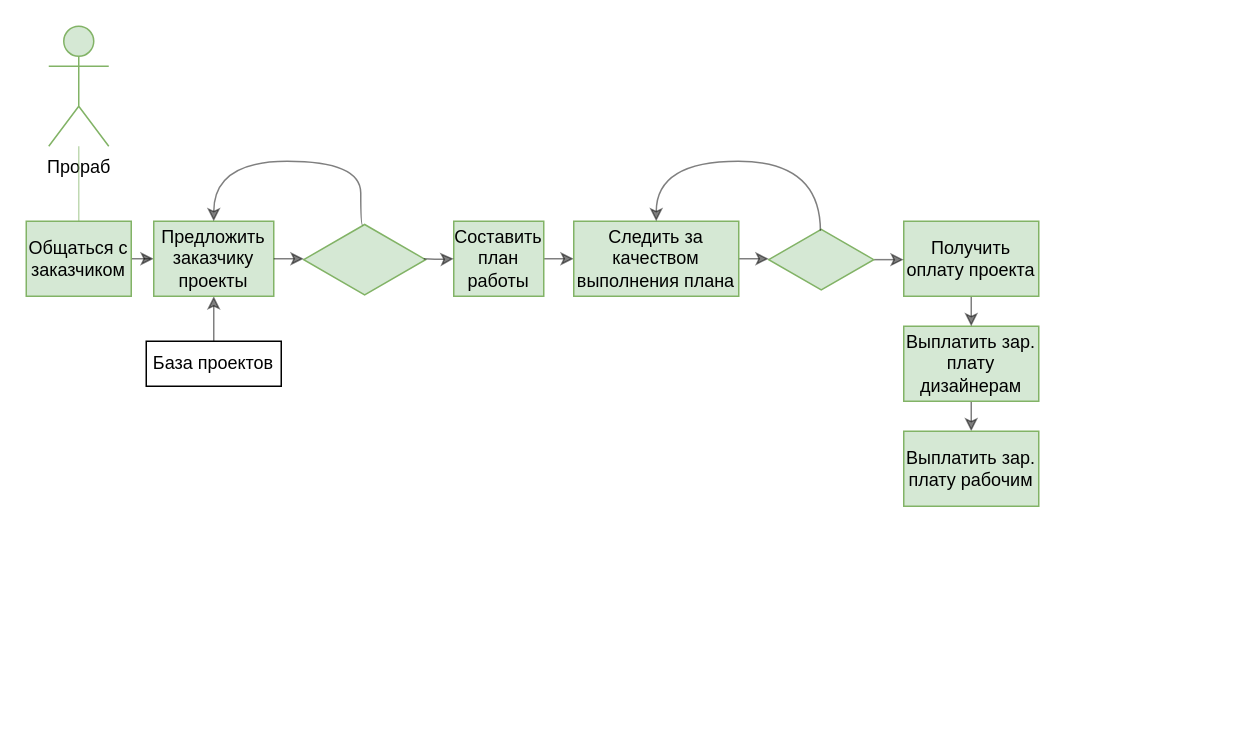
Before: DFDprorab.drawio in LeraMrmr/ZiminaLera, a draw.io diagram. Source tidied: cells renumbered, new cells numbered last; positions are measured from the earlier drawing's top-left corner, leaving out a move shared by most shapes. Both pictures are drawn from the tidied source at 150%, with x=0, y=0 at pixel (26, 26).
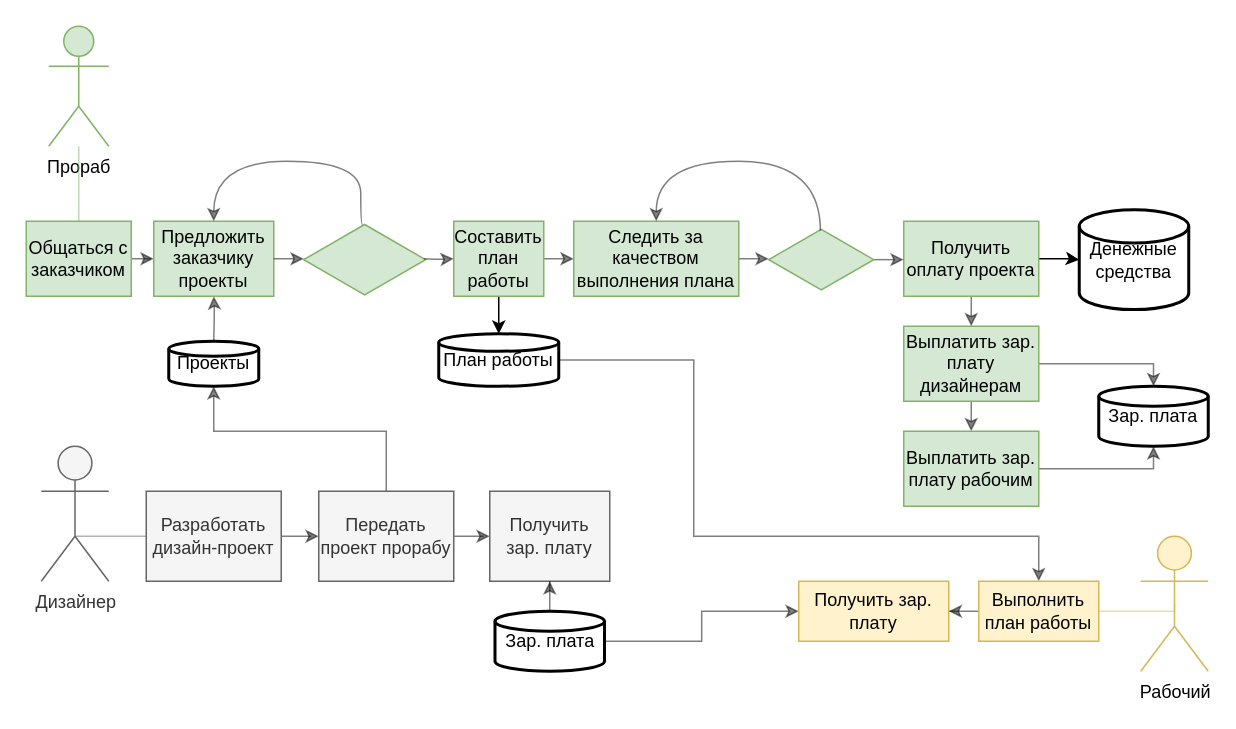
Above is the later version.

The change refers to these unchanged cells:
```xml
<mxCell id="8" value="Предложить заказчику проекты" style="rounded=0;whiteSpace=wrap;html=1;fillColor=#d5e8d4;strokeColor=#82b366;" parent="1" vertex="1">
  <mxGeometry x="85" y="130" width="80" height="50" as="geometry" />
</mxCell>
<mxCell id="10" value="Составить план работы" style="rounded=0;whiteSpace=wrap;html=1;fillColor=#d5e8d4;strokeColor=#82b366;" parent="1" vertex="1">
  <mxGeometry x="285" y="130" width="60" height="50" as="geometry" />
</mxCell>
<mxCell id="14" value="Выплатить зар. плату дизайнерам" style="rounded=0;whiteSpace=wrap;html=1;fillColor=#d5e8d4;strokeColor=#82b366;" parent="1" vertex="1">
  <mxGeometry x="585" y="200" width="90" height="50" as="geometry" />
</mxCell>
<mxCell id="15" value="Выплатить зар. плату рабочим" style="rounded=0;whiteSpace=wrap;html=1;fillColor=#d5e8d4;strokeColor=#82b366;" parent="1" vertex="1">
  <mxGeometry x="585" y="270" width="90" height="50" as="geometry" />
</mxCell>
<mxCell id="21" value="Получить оплату проекта" style="rounded=0;whiteSpace=wrap;html=1;fillColor=#d5e8d4;strokeColor=#82b366;" parent="1" vertex="1">
  <mxGeometry x="585" y="130" width="90" height="50" as="geometry" />
</mxCell>
```

What changed in the source:
```diff
@@
-    <mxCell id="6" style="edgeStyle=orthogonalEdgeStyle;curved=1;jettySize=auto;html=1;opacity=50;" parent="1" edge="1" source="7" target="8">
-      <mxGeometry relative="1" as="geometry" />
+    <mxCell id="6" style="edgeStyle=orthogonalEdgeStyle;curved=1;jettySize=auto;html=1;opacity=50;" parent="1" edge="1" target="8">
+      <mxGeometry relative="1" as="geometry">
+        <mxPoint x="125" y="210" as="sourcePoint" />
+      </mxGeometry>
     </mxCell>
-    <mxCell id="7" value="База проектов" style="rounded=0;whiteSpace=wrap;html=1;" parent="1" vertex="1">
-      <mxGeometry x="80" y="210" width="90" height="30" as="geometry" />
-    </mxCell>
@@
+    <mxCell id="25" style="edgeStyle=orthogonalEdgeStyle;rounded=0;jettySize=auto;html=1;" parent="1" edge="1" source="10" target="30">
+      <mxGeometry relative="1" as="geometry" />
+    </mxCell>
@@
+    <mxCell id="26" style="edgeStyle=orthogonalEdgeStyle;rounded=0;jettySize=auto;html=1;entryX=0.5;entryY=0;entryDx=0;entryDy=0;entryPerimeter=0;opacity=50;" parent="1" edge="1" source="14" target="41">
+      <mxGeometry relative="1" as="geometry">
+        <Array as="points">
+          <mxPoint x="752" y="225" />
+        </Array>
+      </mxGeometry>
+    </mxCell>
@@
+    <mxCell id="27" style="edgeStyle=orthogonalEdgeStyle;rounded=0;jettySize=auto;html=1;entryX=0.5;entryY=1;entryDx=0;entryDy=0;entryPerimeter=0;opacity=50;" parent="1" edge="1" source="15" target="41">
+      <mxGeometry relative="1" as="geometry">
+        <Array as="points">
+          <mxPoint x="752" y="295" />
+        </Array>
+      </mxGeometry>
+    </mxCell>
@@
+    <mxCell id="28" style="edgeStyle=orthogonalEdgeStyle;rounded=0;jettySize=auto;html=1;" parent="1" edge="1" source="21" target="32">
+      <mxGeometry relative="1" as="geometry" />
+    </mxCell>
@@
+    <mxCell id="29" style="edgeStyle=orthogonalEdgeStyle;rounded=0;jettySize=auto;html=1;entryX=0.5;entryY=0;entryDx=0;entryDy=0;opacity=50;" parent="1" edge="1" source="30" target="47">
+      <mxGeometry relative="1" as="geometry">
+        <Array as="points">
+          <mxPoint x="445" y="222" />
+          <mxPoint x="445" y="340" />
+          <mxPoint x="675" y="340" />
+        </Array>
+      </mxGeometry>
+    </mxCell>
+    <mxCell id="30" value="План работы" style="strokeWidth=2;html=1;shape=mxgraph.flowchart.database;whiteSpace=wrap;" parent="1" vertex="1">
+      <mxGeometry x="275" y="205" width="80" height="35" as="geometry" />
+    </mxCell>
+    <mxCell id="31" value="Проекты" style="strokeWidth=2;html=1;shape=mxgraph.flowchart.database;whiteSpace=wrap;" parent="1" vertex="1">
+      <mxGeometry x="95" y="210" width="60" height="30" as="geometry" />
+    </mxCell>
+    <mxCell id="32" value="Денежные средства" style="strokeWidth=2;html=1;shape=mxgraph.flowchart.database;whiteSpace=wrap;" parent="1" vertex="1">
+      <mxGeometry x="702" y="122.3" width="73" height="66.6" as="geometry" />
+    </mxCell>
+    <mxCell id="33" value="Дизайнер" style="shape=umlActor;verticalLabelPosition=bottom;verticalAlign=top;html=1;fillColor=#f5f5f5;strokeColor=#666666;fontColor=#333333;" parent="1" vertex="1">
+      <mxGeometry x="10" y="280" width="45" height="90" as="geometry" />
+    </mxCell>
+    <mxCell id="34" style="edgeStyle=orthogonalEdgeStyle;rounded=0;jettySize=auto;html=1;opacity=50;" parent="1" edge="1" source="35" target="39">
+      <mxGeometry relative="1" as="geometry" />
+    </mxCell>
+    <mxCell id="35" value="Разработать дизайн-проект" style="rounded=0;whiteSpace=wrap;html=1;fillColor=#f5f5f5;strokeColor=#666666;fontColor=#333333;" parent="1" vertex="1">
+      <mxGeometry x="80" y="310" width="90" height="60" as="geometry" />
+    </mxCell>
+    <mxCell id="36" style="endArrow=none;html=1;rounded=0;edgeStyle=orthogonalEdgeStyle;entryX=0;entryY=0.5;entryDx=0;entryDy=0;fillColor=#f5f5f5;strokeColor=#666666;opacity=50;" parent="1" edge="1" target="35">
+      <mxGeometry relative="1" as="geometry">
+        <mxPoint x="55" y="340" as="sourcePoint" />
+        <Array as="points">
+          <mxPoint x="33" y="340" />
+          <mxPoint x="33" y="340" />
+        </Array>
+      </mxGeometry>
+    </mxCell>
+    <mxCell id="37" style="edgeStyle=orthogonalEdgeStyle;rounded=0;jettySize=auto;html=1;entryX=0.5;entryY=1;entryDx=0;entryDy=0;entryPerimeter=0;opacity=50;" parent="1" edge="1" source="39" target="31">
+      <mxGeometry relative="1" as="geometry">
+        <Array as="points">
+          <mxPoint x="240" y="270" />
+          <mxPoint x="125" y="270" />
+        </Array>
+      </mxGeometry>
+    </mxCell>
+    <mxCell id="38" style="edgeStyle=orthogonalEdgeStyle;rounded=0;jettySize=auto;html=1;opacity=50;" parent="1" edge="1" source="39" target="40">
+      <mxGeometry relative="1" as="geometry" />
+    </mxCell>
+    <mxCell id="39" value="Передать проект прорабу" style="rounded=0;whiteSpace=wrap;html=1;fillColor=#f5f5f5;strokeColor=#666666;fontColor=#333333;" parent="1" vertex="1">
+      <mxGeometry x="195" y="310" width="90" height="60" as="geometry" />
+    </mxCell>
+    <mxCell id="40" value="Получить зар. плату" style="rounded=0;whiteSpace=wrap;html=1;fillColor=#f5f5f5;strokeColor=#666666;fontColor=#333333;" parent="1" vertex="1">
+      <mxGeometry x="309" y="310" width="80" height="60" as="geometry" />
+    </mxCell>
+    <mxCell id="41" value="Зар. плата" style="strokeWidth=2;html=1;shape=mxgraph.flowchart.database;whiteSpace=wrap;" parent="1" vertex="1">
+      <mxGeometry x="715" y="240" width="73" height="40" as="geometry" />
+    </mxCell>
+    <mxCell id="42" style="edgeStyle=orthogonalEdgeStyle;rounded=0;jettySize=auto;html=1;opacity=50;" parent="1" edge="1" source="44" target="40">
+      <mxGeometry relative="1" as="geometry" />
+    </mxCell>
+    <mxCell id="43" style="edgeStyle=orthogonalEdgeStyle;rounded=0;jettySize=auto;html=1;entryX=0;entryY=0.5;entryDx=0;entryDy=0;opacity=50;" parent="1" edge="1" source="44" target="49">
+      <mxGeometry relative="1" as="geometry" />
+    </mxCell>
+    <mxCell id="44" value="Зар. плата" style="strokeWidth=2;html=1;shape=mxgraph.flowchart.database;whiteSpace=wrap;" parent="1" vertex="1">
+      <mxGeometry x="312.5" y="390" width="73" height="40" as="geometry" />
+    </mxCell>
+    <mxCell id="45" value="Рабочий" style="shape=umlActor;verticalLabelPosition=bottom;verticalAlign=top;html=1;outlineConnect=0;fillColor=#fff2cc;strokeColor=#d6b656;" parent="1" vertex="1">
+      <mxGeometry x="743" y="340" width="45" height="90" as="geometry" />
+    </mxCell>
+    <mxCell id="46" style="edgeStyle=orthogonalEdgeStyle;rounded=0;jettySize=auto;html=1;opacity=50;" parent="1" edge="1" source="47" target="49">
+      <mxGeometry relative="1" as="geometry" />
+    </mxCell>
+    <mxCell id="47" value="Выполнить план работы" style="rounded=0;whiteSpace=wrap;html=1;fillColor=#fff2cc;strokeColor=#d6b656;" parent="1" vertex="1">
+      <mxGeometry x="635" y="370" width="80" height="40" as="geometry" />
+    </mxCell>
+    <mxCell id="48" style="endArrow=none;html=1;rounded=0;opacity=50;edgeStyle=orthogonalEdgeStyle;entryX=1;entryY=0.5;entryDx=0;entryDy=0;fillColor=#fff2cc;strokeColor=#d6b656;exitX=0.5;exitY=0.5;exitDx=0;exitDy=0;exitPerimeter=0;" parent="1" edge="1" source="45" target="47">
+      <mxGeometry relative="1" as="geometry">
+        <Array as="points">
+          <mxPoint x="766" y="390" />
+        </Array>
+      </mxGeometry>
+    </mxCell>
+    <mxCell id="49" value="Получить зар. плату" style="rounded=0;whiteSpace=wrap;html=1;fillColor=#fff2cc;strokeColor=#d6b656;" parent="1" vertex="1">
+      <mxGeometry x="515" y="370" width="100" height="40" as="geometry" />
+    </mxCell>
```
